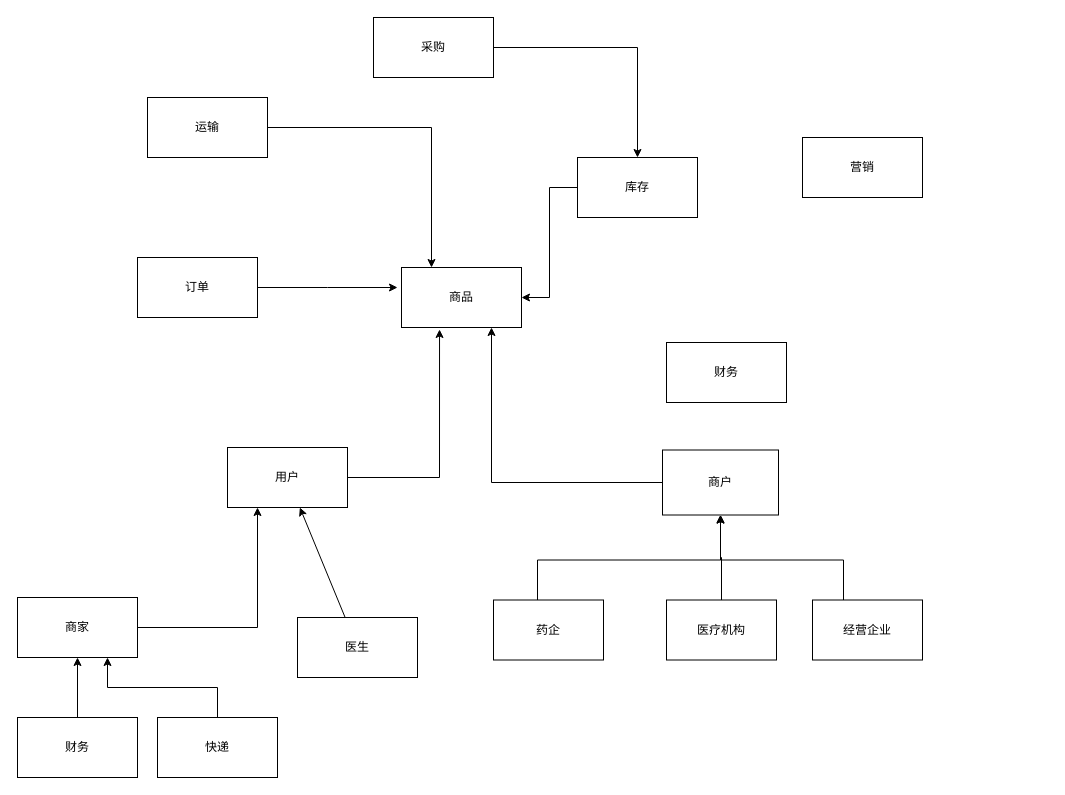
evilbinary/data keeps this draw.io diagram as ddd.drawio. Above is the earlier version. Source tidied: cells renumbered, new cells numbered last; positions are measured from the earlier drawing's top-left corner, leaving out a move shared by most shapes. Both pictures are drawn from the tidied source at 100%, with x=0, y=0 at pixel (17, 17).
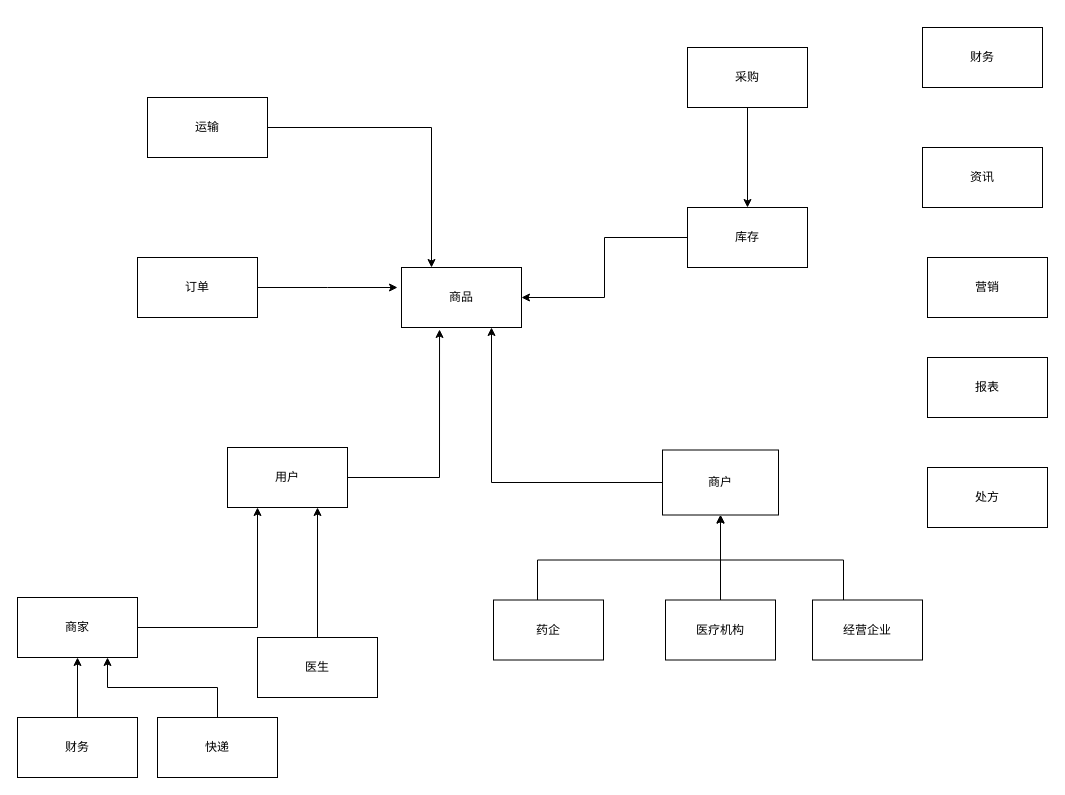
The same page after the edit.

Unchanged cells that the change refers to:
```xml
<mxCell id="12" value="用户" style="rounded=0;whiteSpace=wrap;html=1;" parent="1" vertex="1">
  <mxGeometry x="210" y="430" width="120" height="60" as="geometry" />
</mxCell>
```

Change to the diagram source:
```diff
@@
     <mxCell id="8" value="库存" style="rounded=0;whiteSpace=wrap;html=1;" parent="1" vertex="1">
-      <mxGeometry x="560" y="140" width="120" height="60" as="geometry" />
+      <mxGeometry x="670" y="190" width="120" height="60" as="geometry" />
     </mxCell>
@@
     <mxCell id="10" value="采购" style="rounded=0;whiteSpace=wrap;html=1;" parent="1" vertex="1">
-      <mxGeometry x="356" width="120" height="60" as="geometry" />
+      <mxGeometry x="670" y="30" width="120" height="60" as="geometry" />
     </mxCell>
@@
     <mxCell id="18" value="医疗机构" style="rounded=0;whiteSpace=wrap;html=1;" parent="1" vertex="1">
-      <mxGeometry x="649" y="582.5" width="110" height="60" as="geometry" />
+      <mxGeometry x="648" y="582.5" width="110" height="60" as="geometry" />
     </mxCell>
@@
     <mxCell id="21" value="营销" style="rounded=0;whiteSpace=wrap;html=1;" parent="1" vertex="1">
-      <mxGeometry x="785" y="120" width="120" height="60" as="geometry" />
+      <mxGeometry x="910" y="240" width="120" height="60" as="geometry" />
     </mxCell>
     <mxCell id="22" value="医生" style="rounded=0;whiteSpace=wrap;html=1;" parent="1" vertex="1">
-      <mxGeometry x="280" y="600" width="120" height="60" as="geometry" />
+      <mxGeometry x="240" y="620" width="120" height="60" as="geometry" />
     </mxCell>
-    <mxCell id="23" style="endArrow=classic;html=1;rounded=0;" parent="1" edge="1" source="22" target="12">
+    <mxCell id="23" style="endArrow=classic;html=1;rounded=0;entryX=0.75;entryY=1;entryDx=0;entryDy=0;" parent="1" edge="1" source="22" target="12">
       <mxGeometry relative="1" as="geometry" />
     </mxCell>
@@
     <mxCell id="30" value="财务" style="rounded=0;whiteSpace=wrap;html=1;" parent="1" vertex="1">
-      <mxGeometry x="649" y="325" width="120" height="60" as="geometry" />
+      <mxGeometry x="905" y="10" width="120" height="60" as="geometry" />
     </mxCell>
+    <mxCell id="31" value="处方" style="rounded=0;whiteSpace=wrap;html=1;" parent="1" vertex="1">
+      <mxGeometry x="910" y="450" width="120" height="60" as="geometry" />
+    </mxCell>
+    <mxCell id="32" value="资讯" style="rounded=0;whiteSpace=wrap;html=1;" parent="1" vertex="1">
+      <mxGeometry x="905" y="130" width="120" height="60" as="geometry" />
+    </mxCell>
+    <mxCell id="33" value="报表" style="rounded=0;whiteSpace=wrap;html=1;" parent="1" vertex="1">
+      <mxGeometry x="910" y="340" width="120" height="60" as="geometry" />
+    </mxCell>
```
